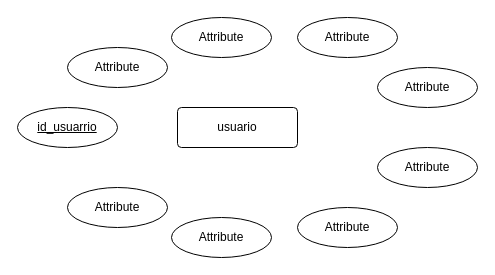
Earlier version of the draw.io diagram page "enntidad relacion" (1 of 2) of Diagrama sin título.drawio (mhsvictor/bd405). Source tidied: cells renumbered, new cells numbered last; positions are measured from the earlier drawing's top-left corner, leaving out a move shared by most shapes. Both pictures are drawn from the tidied source at 100%, with x=0, y=0 at pixel (17, 17).
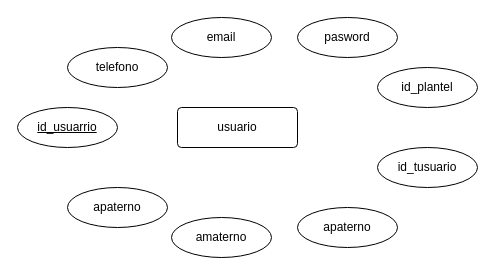
Above is the later version.

The edit, as a diff of the source:
```diff
@@
 <mxGraphModel>
   <root>
     <mxCell id="0" />
     <mxCell id="1" parent="0" />
     <mxCell id="2" value="usuario" style="rounded=1;arcSize=10;whiteSpace=wrap;html=1;align=center;" parent="1" vertex="1">
       <mxGeometry x="160" y="90" width="120" height="40" as="geometry" />
     </mxCell>
     <mxCell id="3" value="id_usuarrio" style="ellipse;whiteSpace=wrap;html=1;align=center;fontStyle=4;" parent="1" vertex="1">
       <mxGeometry y="90" width="100" height="40" as="geometry" />
     </mxCell>
-    <mxCell id="4" value="Attribute" style="ellipse;whiteSpace=wrap;html=1;align=center;" parent="1" vertex="1">
+    <mxCell id="4" value="telefono" style="ellipse;whiteSpace=wrap;html=1;align=center;" parent="1" vertex="1">
       <mxGeometry x="50" y="30" width="100" height="40" as="geometry" />
     </mxCell>
-    <mxCell id="5" value="Attribute" style="ellipse;whiteSpace=wrap;html=1;align=center;" parent="1" vertex="1">
+    <mxCell id="5" value="email" style="ellipse;whiteSpace=wrap;html=1;align=center;" parent="1" vertex="1">
       <mxGeometry x="154" width="100" height="40" as="geometry" />
     </mxCell>
-    <mxCell id="6" value="Attribute" style="ellipse;whiteSpace=wrap;html=1;align=center;" parent="1" vertex="1">
+    <mxCell id="6" value="pasword" style="ellipse;whiteSpace=wrap;html=1;align=center;" parent="1" vertex="1">
       <mxGeometry x="280" width="100" height="40" as="geometry" />
     </mxCell>
-    <mxCell id="7" value="Attribute" style="ellipse;whiteSpace=wrap;html=1;align=center;" parent="1" vertex="1">
+    <mxCell id="7" value="id_plantel" style="ellipse;whiteSpace=wrap;html=1;align=center;" parent="1" vertex="1">
       <mxGeometry x="360" y="50" width="100" height="40" as="geometry" />
     </mxCell>
-    <mxCell id="8" value="Attribute" style="ellipse;whiteSpace=wrap;html=1;align=center;" parent="1" vertex="1">
+    <mxCell id="8" value="id_tusuario" style="ellipse;whiteSpace=wrap;html=1;align=center;" parent="1" vertex="1">
       <mxGeometry x="360" y="130" width="100" height="40" as="geometry" />
     </mxCell>
-    <mxCell id="9" value="Attribute" style="ellipse;whiteSpace=wrap;html=1;align=center;" parent="1" vertex="1">
+    <mxCell id="9" value="apaterno" style="ellipse;whiteSpace=wrap;html=1;align=center;" parent="1" vertex="1">
       <mxGeometry x="280" y="190" width="100" height="40" as="geometry" />
     </mxCell>
-    <mxCell id="10" value="Attribute" style="ellipse;whiteSpace=wrap;html=1;align=center;" parent="1" vertex="1">
+    <mxCell id="10" value="apaterno" style="ellipse;whiteSpace=wrap;html=1;align=center;" parent="1" vertex="1">
       <mxGeometry x="50" y="170" width="100" height="40" as="geometry" />
     </mxCell>
-    <mxCell id="11" value="Attribute" style="ellipse;whiteSpace=wrap;html=1;align=center;" parent="1" vertex="1">
+    <mxCell id="11" value="amaterno" style="ellipse;whiteSpace=wrap;html=1;align=center;" parent="1" vertex="1">
       <mxGeometry x="154" y="200" width="100" height="40" as="geometry" />
     </mxCell>
   </root>
 </mxGraphModel>
```
